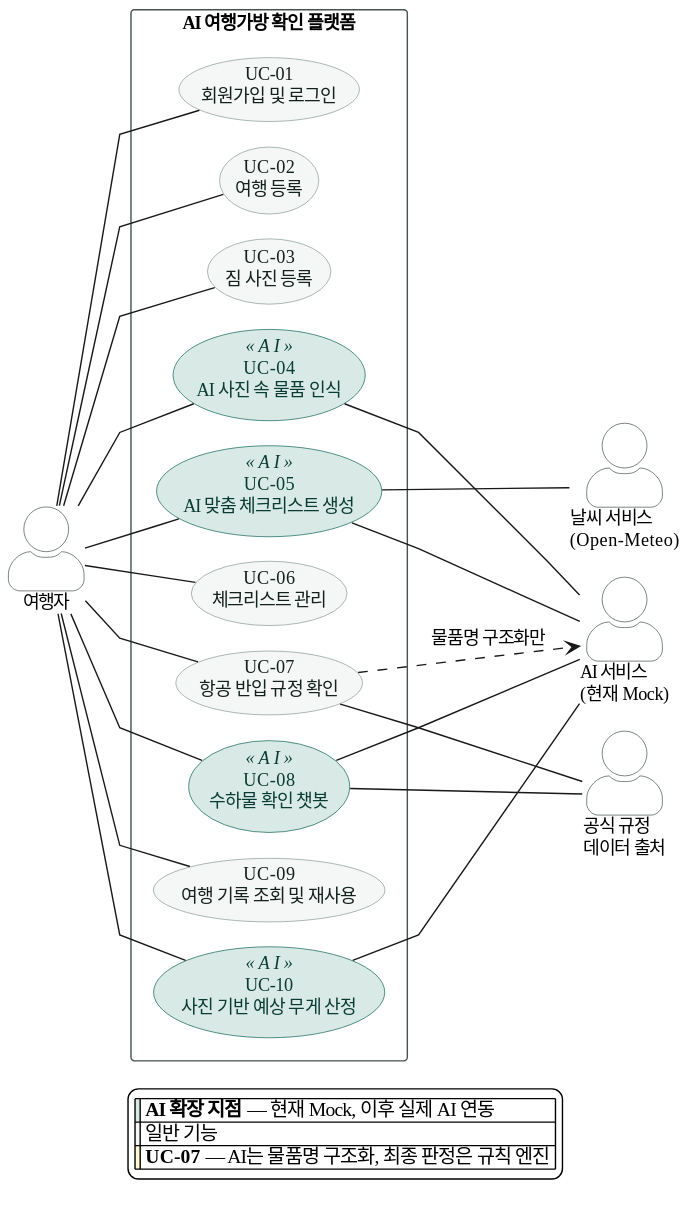
SangMyeong5426/skala-mini-ai-web-service keeps this PlantUML diagram as docs/images/02-usecase.svg. Above is the earlier version.
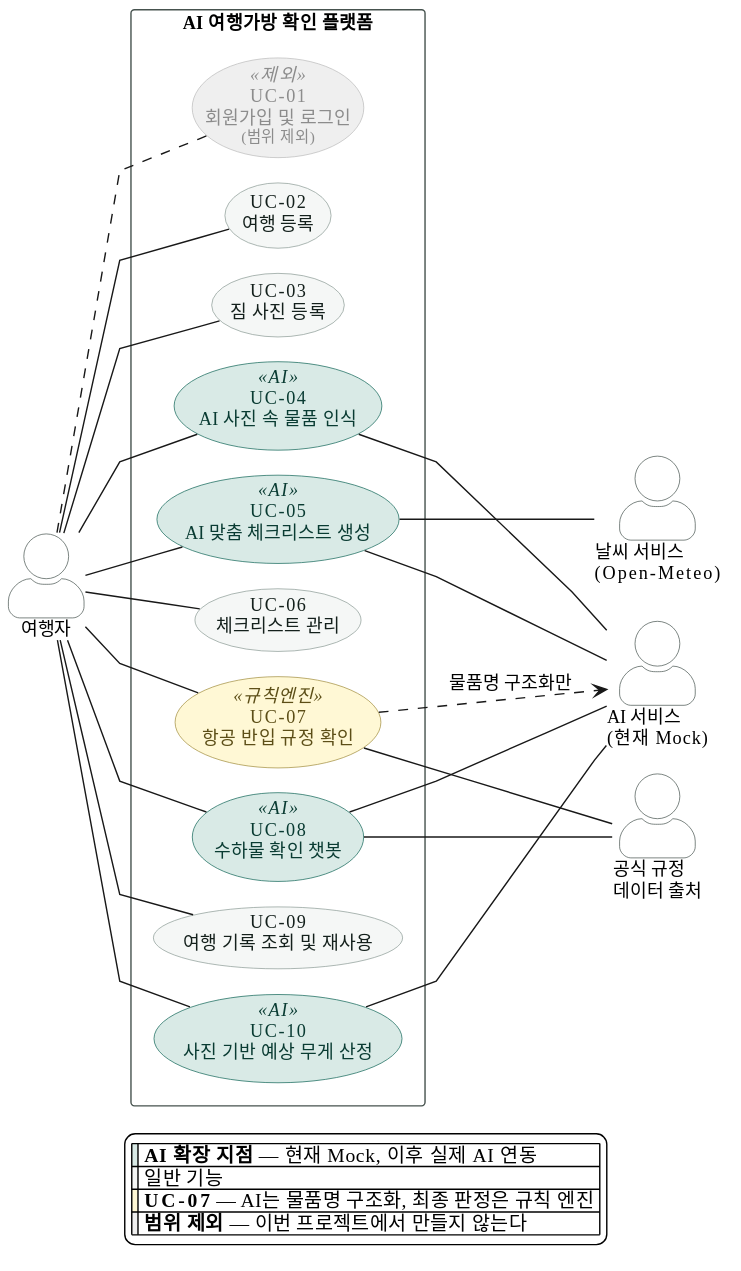
The same diagram one commit later.

Change to the diagram source:
```diff
@@ -17,6 +17,12 @@
   BackgroundColor<<AI>> #D9EAE6
   BorderColor<<AI>> #0D6455
   FontColor<<AI>> #093B32
+  BackgroundColor<<규칙엔진>> #FFF8D5
+  BorderColor<<규칙엔진>> #A08B3C
+  FontColor<<규칙엔진>> #5C4E17
+  BackgroundColor<<제외>> #EFEFEF
+  BorderColor<<제외>> #BBBBBB
+  FontColor<<제외>> #8C8C8C
 }
 skinparam actor {
   BackgroundColor #FFFFFF
@@ -30,13 +36,13 @@
 actor "여행자" as TRAVELER
 
 rectangle "AI 여행가방 확인 플랫폼" {
-  usecase "UC-01\n회원가입 및 로그인" as UC01
+  usecase "UC-01\n회원가입 및 로그인\n<size:11>(범위 제외)</size>" as UC01 <<제외>>
   usecase "UC-02\n여행 등록" as UC02
   usecase "UC-03\n짐 사진 등록" as UC03
   usecase "UC-04\nAI 사진 속 물품 인식" as UC04 <<AI>>
   usecase "UC-05\nAI 맞춤 체크리스트 생성" as UC05 <<AI>>
   usecase "UC-06\n체크리스트 관리" as UC06
-  usecase "UC-07\n항공 반입 규정 확인" as UC07
+  usecase "UC-07\n항공 반입 규정 확인" as UC07 <<규칙엔진>>
   usecase "UC-08\n수하물 확인 챗봇" as UC08 <<AI>>
   usecase "UC-09\n여행 기록 조회 및 재사용" as UC09
   usecase "UC-10\n사진 기반 예상 무게 산정" as UC10 <<AI>>
@@ -47,7 +53,7 @@
 actor "날씨 서비스\n(Open-Meteo)" as WEATHER
 actor "공식 규정\n데이터 출처" as RULES
 
-TRAVELER -- UC01
+TRAVELER .. UC01
 TRAVELER -- UC02
 TRAVELER -- UC03
 TRAVELER -- UC04
@@ -71,5 +77,6 @@
   |<#D9EAE6>| **AI 확장 지점** — 현재 Mock, 이후 실제 AI 연동 |
   |<#F5F7F6>| 일반 기능 |
   |<#FFF8D5>| **UC-07** — AI는 물품명 구조화, 최종 판정은 규칙 엔진 |
+  |<#EFEFEF>| **범위 제외** — 이번 프로젝트에서 만들지 않는다 |
 endlegend
 @enduml
```
